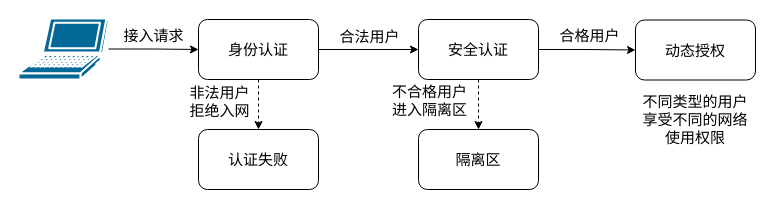
Before: END解决方案.drawio in PATORITU/PATORITU, a draw.io diagram. Source tidied: cells renumbered, new cells numbered last; positions are measured from the earlier drawing's top-left corner, leaving out a move shared by most shapes. Both pictures are drawn from the tidied source at 100%, with x=0, y=0 at pixel (18, 18).
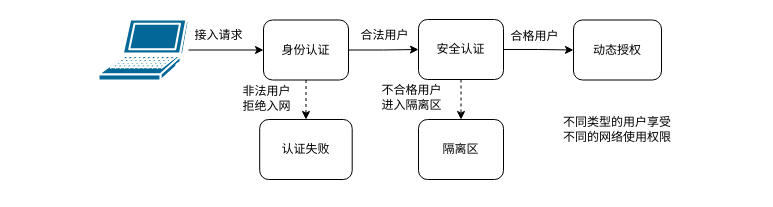
Above is the later version.

Commit message:
更新END解决方案.drawio

What changed in the source:
```diff
@@
-    <mxCell id="2" style="edgeStyle=orthogonalEdgeStyle;rounded=0;jettySize=auto;html=1;entryX=0;entryY=0.5;entryDx=0;entryDy=0;fontSize=15;" parent="1" edge="1" source="3" target="8">
+    <mxCell id="2" style="edgeStyle=orthogonalEdgeStyle;rounded=0;jettySize=auto;html=1;entryX=0;entryY=0.5;entryDx=0;entryDy=0;fontSize=12;fontFamily=宋体;" parent="1" edge="1" source="3" target="8">
       <mxGeometry relative="1" as="geometry" />
     </mxCell>
-    <mxCell id="3" style="shape=mxgraph.cisco.computers_and_peripherals.laptop;sketch=0;html=1;dashed=0;fillColor=#036897;strokeColor=#ffffff;strokeWidth=2;verticalLabelPosition=bottom;verticalAlign=top;align=center;outlineConnect=0;fontSize=15;" parent="1" vertex="1">
-      <mxGeometry width="90" height="61" as="geometry" />
+    <mxCell id="3" style="shape=mxgraph.cisco.computers_and_peripherals.laptop;sketch=0;html=1;dashed=0;fillColor=#036897;strokeColor=#ffffff;strokeWidth=2;verticalLabelPosition=bottom;verticalAlign=top;align=center;outlineConnect=0;fontSize=12;fontFamily=宋体;" parent="1" vertex="1">
+      <mxGeometry x="80" y="1" width="90" height="61" as="geometry" />
     </mxCell>
-    <mxCell id="4" style="edgeStyle=orthogonalEdgeStyle;rounded=0;jettySize=auto;html=1;fontSize=15;" parent="1" edge="1" source="8" target="13">
+    <mxCell id="4" style="edgeStyle=orthogonalEdgeStyle;rounded=0;jettySize=auto;html=1;fontSize=12;fontFamily=宋体;" parent="1" edge="1" source="8" target="13">
       <mxGeometry relative="1" as="geometry" />
     </mxCell>
-    <mxCell id="5" value="合法用户" style="edgeLabel;html=1;align=center;verticalAlign=middle;fontSize=15;" parent="4" vertex="1">
+    <mxCell id="5" value="合法用户" style="edgeLabel;html=1;align=center;verticalAlign=middle;fontSize=12;fontFamily=宋体;" parent="4" vertex="1">
       <mxGeometry x="-0.3" y="4" relative="1" as="geometry">
-        <mxPoint x="15" y="-10" as="offset" />
+        <mxPoint x="10" y="-11" as="offset" />
       </mxGeometry>
     </mxCell>
-    <mxCell id="6" style="edgeStyle=orthogonalEdgeStyle;rounded=0;jettySize=auto;html=1;entryX=0.5;entryY=0;entryDx=0;entryDy=0;dashed=1;fontSize=15;" parent="1" edge="1" source="8" target="15">
+    <mxCell id="6" style="edgeStyle=orthogonalEdgeStyle;rounded=0;jettySize=auto;html=1;entryX=0.5;entryY=0;entryDx=0;entryDy=0;dashed=1;fontSize=12;fontFamily=宋体;" parent="1" edge="1" source="8" target="15">
       <mxGeometry relative="1" as="geometry" />
     </mxCell>
-    <mxCell id="7" value="非法用户&lt;br style=&quot;font-size: 15px;&quot;&gt;拒绝入网" style="edgeLabel;html=1;align=center;verticalAlign=middle;fontSize=15;" parent="6" vertex="1">
+    <mxCell id="7" value="非法用户&lt;br style=&quot;font-size: 12px;&quot;&gt;拒绝入网" style="edgeLabel;html=1;align=center;verticalAlign=middle;fontSize=12;fontFamily=宋体;" parent="6" vertex="1">
       <mxGeometry x="-0.54" y="-2" relative="1" as="geometry">
         <mxPoint x="-38" y="9" as="offset" />
       </mxGeometry>
     </mxCell>
-    <mxCell id="8" value="身份认证" style="rounded=1;whiteSpace=wrap;html=1;fontSize=15;" parent="1" vertex="1">
-      <mxGeometry x="180" y="1" width="120" height="60" as="geometry" />
+    <mxCell id="8" value="身份认证" style="rounded=1;whiteSpace=wrap;html=1;fontSize=12;fontFamily=宋体;" parent="1" vertex="1">
+      <mxGeometry x="245" y="1.5" width="85" height="60" as="geometry" />
     </mxCell>
-    <mxCell id="9" style="edgeStyle=orthogonalEdgeStyle;rounded=0;jettySize=auto;html=1;entryX=0;entryY=0.5;entryDx=0;entryDy=0;fontSize=15;" parent="1" edge="1" source="13" target="14">
+    <mxCell id="9" style="edgeStyle=orthogonalEdgeStyle;rounded=0;jettySize=auto;html=1;entryX=0;entryY=0.5;entryDx=0;entryDy=0;fontSize=12;fontFamily=宋体;" parent="1" edge="1" source="13" target="14">
       <mxGeometry relative="1" as="geometry" />
     </mxCell>
-    <mxCell id="10" value="合格用户" style="edgeLabel;html=1;align=center;verticalAlign=middle;fontSize=15;" parent="9" vertex="1">
+    <mxCell id="10" value="合格用户" style="edgeLabel;html=1;align=center;verticalAlign=middle;fontSize=12;fontFamily=宋体;" parent="9" vertex="1">
       <mxGeometry x="-0.01" y="3" relative="1" as="geometry">
-        <mxPoint x="2" y="-12" as="offset" />
+        <mxPoint x="-8" y="-14" as="offset" />
       </mxGeometry>
     </mxCell>
-    <mxCell id="11" style="edgeStyle=orthogonalEdgeStyle;rounded=0;jettySize=auto;html=1;entryX=0.5;entryY=0;entryDx=0;entryDy=0;dashed=1;fontSize=15;" parent="1" edge="1" source="13" target="16">
+    <mxCell id="11" style="edgeStyle=orthogonalEdgeStyle;rounded=0;jettySize=auto;html=1;entryX=0.5;entryY=0;entryDx=0;entryDy=0;dashed=1;fontSize=12;fontFamily=宋体;" parent="1" edge="1" source="13" target="16">
       <mxGeometry relative="1" as="geometry" />
     </mxCell>
-    <mxCell id="12" value="不合格用户&lt;br style=&quot;font-size: 15px;&quot;&gt;进入隔离区" style="edgeLabel;html=1;align=center;verticalAlign=middle;fontSize=15;" parent="11" vertex="1">
+    <mxCell id="12" value="不合格用户&lt;br style=&quot;font-size: 12px;&quot;&gt;进入隔离区" style="edgeLabel;html=1;align=center;verticalAlign=middle;fontSize=12;fontFamily=宋体;" parent="11" vertex="1">
       <mxGeometry x="-0.34" y="-2" relative="1" as="geometry">
         <mxPoint x="-48" y="4" as="offset" />
       </mxGeometry>
     </mxCell>
-    <mxCell id="13" value="安全认证" style="rounded=1;whiteSpace=wrap;html=1;fontSize=15;" parent="1" vertex="1">
-      <mxGeometry x="400" y="1" width="120" height="60" as="geometry" />
+    <mxCell id="13" value="安全认证" style="rounded=1;whiteSpace=wrap;html=1;fontSize=12;fontFamily=宋体;" parent="1" vertex="1">
+      <mxGeometry x="400" y="1" width="85" height="60" as="geometry" />
     </mxCell>
-    <mxCell id="14" value="动态授权" style="rounded=1;whiteSpace=wrap;html=1;fontSize=15;" parent="1" vertex="1">
-      <mxGeometry x="617" y="1.5" width="120" height="60" as="geometry" />
+    <mxCell id="14" value="动态授权" style="rounded=1;whiteSpace=wrap;html=1;fontSize=12;fontFamily=宋体;" parent="1" vertex="1">
+      <mxGeometry x="555" y="1.5" width="88" height="60" as="geometry" />
     </mxCell>
-    <mxCell id="15" value="认证失败" style="rounded=1;whiteSpace=wrap;html=1;fontSize=15;" parent="1" vertex="1">
-      <mxGeometry x="180" y="111" width="120" height="60" as="geometry" />
+    <mxCell id="15" value="认证失败" style="rounded=1;whiteSpace=wrap;html=1;fontSize=12;fontFamily=宋体;" parent="1" vertex="1">
+      <mxGeometry x="241.2" y="101" width="92.5" height="60" as="geometry" />
     </mxCell>
-    <mxCell id="16" value="隔离区" style="rounded=1;whiteSpace=wrap;html=1;fontSize=15;" parent="1" vertex="1">
-      <mxGeometry x="400" y="111" width="120" height="60" as="geometry" />
+    <mxCell id="16" value="隔离区" style="rounded=1;whiteSpace=wrap;html=1;fontSize=12;fontFamily=宋体;" parent="1" vertex="1">
+      <mxGeometry x="400" y="101" width="85" height="60" as="geometry" />
     </mxCell>
-    <mxCell id="17" value="接入请求" style="text;html=1;align=center;verticalAlign=middle;strokeColor=none;fillColor=none;fontSize=15;" parent="1" vertex="1">
-      <mxGeometry x="95" y="1.5" width="80" height="30" as="geometry" />
+    <mxCell id="17" value="接入请求" style="text;html=1;align=center;verticalAlign=middle;strokeColor=none;fillColor=none;fontSize=12;fontFamily=宋体;" parent="1" vertex="1">
+      <mxGeometry x="165" y="1.5" width="70" height="30" as="geometry" />
     </mxCell>
-    <mxCell id="18" value="不同类型的用户享受不同的网络使用权限" style="rounded=1;whiteSpace=wrap;html=1;strokeColor=none;fontSize=15;" parent="1" vertex="1">
-      <mxGeometry x="617" y="71" width="120" height="60" as="geometry" />
+    <mxCell id="18" value="不同类型的用户享受不同的网络使用权限" style="rounded=1;whiteSpace=wrap;html=1;strokeColor=none;fontSize=12;fontFamily=宋体;" parent="1" vertex="1">
+      <mxGeometry x="539" y="81" width="120" height="60" as="geometry" />
     </mxCell>
```
